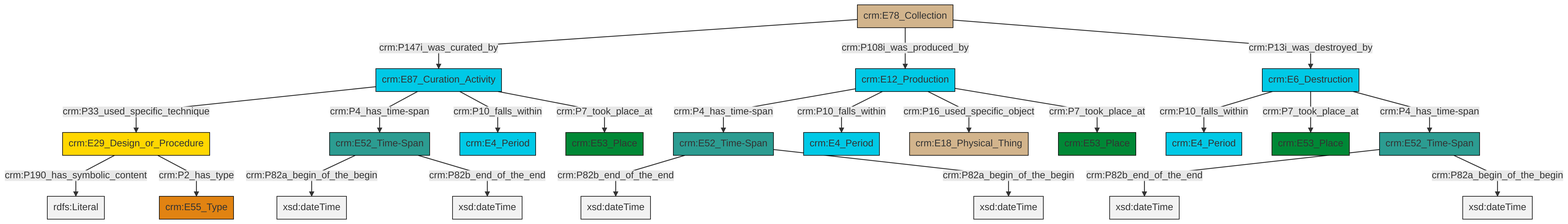
Before: et/archivalCSV/ttl/mmd/png/archival_existence.png, a diagram exported from Mermaid (swiss-art-research-net/docs.swissartresearch). Its source is kept beside it as et/archivalCSV/ttl/mmd/archival_existence.ttl.mmd.
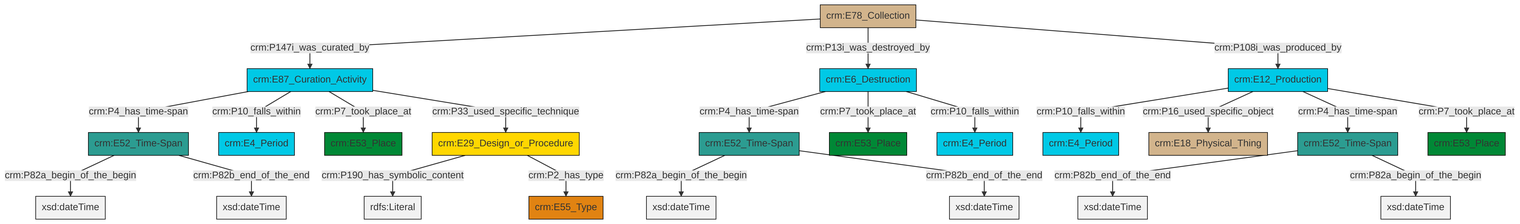
After the change.

The edit, as a diff of the source:
```diff
@@ -13,25 +13,25 @@
 classDef PC_Classes fill:#4ce600, stroke:#000000;
 classDef Multi fill:#cccccc,stroke:#000000;
 
-0["crm:E87_Curation_Activity"]:::Temporal_Entity -->|crm:P33_used_specific_technique| 1["crm:E29_Design_or_Procedure"]:::Conceptual_Object
-2["crm:E52_Time-Span"]:::Time-Span -->|crm:P82b_end_of_the_end| 3[xsd:dateTime]:::Literal
-4["crm:E52_Time-Span"]:::Time-Span -->|crm:P82a_begin_of_the_begin| 8[xsd:dateTime]:::Literal
-2["crm:E52_Time-Span"]:::Time-Span -->|crm:P82a_begin_of_the_begin| 9[xsd:dateTime]:::Literal
-4["crm:E52_Time-Span"]:::Time-Span -->|crm:P82b_end_of_the_end| 12[xsd:dateTime]:::Literal
-13["crm:E12_Production"]:::Temporal_Entity -->|crm:P4_has_time-span| 2["crm:E52_Time-Span"]:::Time-Span
-0["crm:E87_Curation_Activity"]:::Temporal_Entity -->|crm:P4_has_time-span| 4["crm:E52_Time-Span"]:::Time-Span
-16["crm:E6_Destruction"]:::Temporal_Entity -->|crm:P10_falls_within| 17["crm:E4_Period"]:::Temporal_Entity
-18["crm:E52_Time-Span"]:::Time-Span -->|crm:P82b_end_of_the_end| 19[xsd:dateTime]:::Literal
-0["crm:E87_Curation_Activity"]:::Temporal_Entity -->|crm:P10_falls_within| 10["crm:E4_Period"]:::Temporal_Entity
-27["crm:E78_Collection"]:::Physical_Thing -->|crm:P147i_was_curated_by| 0["crm:E87_Curation_Activity"]:::Temporal_Entity
-16["crm:E6_Destruction"]:::Temporal_Entity -->|crm:P7_took_place_at| 22["crm:E53_Place"]:::Place
-13["crm:E12_Production"]:::Temporal_Entity -->|crm:P10_falls_within| 28["crm:E4_Period"]:::Temporal_Entity
-1["crm:E29_Design_or_Procedure"]:::Conceptual_Object -->|crm:P190_has_symbolic_content| 34[rdfs:Literal]:::Literal
-0["crm:E87_Curation_Activity"]:::Temporal_Entity -->|crm:P7_took_place_at| 6["crm:E53_Place"]:::Place
-13["crm:E12_Production"]:::Temporal_Entity -->|crm:P16_used_specific_object| 29["crm:E18_Physical_Thing"]:::Physical_Thing
-18["crm:E52_Time-Span"]:::Time-Span -->|crm:P82a_begin_of_the_begin| 36[xsd:dateTime]:::Literal
-27["crm:E78_Collection"]:::Physical_Thing -->|crm:P108i_was_produced_by| 13["crm:E12_Production"]:::Temporal_Entity
-1["crm:E29_Design_or_Procedure"]:::Conceptual_Object -->|crm:P2_has_type| 24["crm:E55_Type"]:::Type
-16["crm:E6_Destruction"]:::Temporal_Entity -->|crm:P4_has_time-span| 18["crm:E52_Time-Span"]:::Time-Span
-27["crm:E78_Collection"]:::Physical_Thing -->|crm:P13i_was_destroyed_by| 16["crm:E6_Destruction"]:::Temporal_Entity
-13["crm:E12_Production"]:::Temporal_Entity -->|crm:P7_took_place_at| 14["crm:E53_Place"]:::Place
+0["crm:E6_Destruction"]:::Temporal_Entity -->|crm:P4_has_time-span| 1["crm:E52_Time-Span"]:::Time-Span
+2["crm:E52_Time-Span"]:::Time-Span -->|crm:P82a_begin_of_the_begin| 3[xsd:dateTime]:::Literal
+4["crm:E29_Design_or_Procedure"]:::Conceptual_Object -->|crm:P190_has_symbolic_content| 5[rdfs:Literal]:::Literal
+1["crm:E52_Time-Span"]:::Time-Span -->|crm:P82a_begin_of_the_begin| 6[xsd:dateTime]:::Literal
+7["crm:E78_Collection"]:::Physical_Thing -->|crm:P147i_was_curated_by| 8["crm:E87_Curation_Activity"]:::Temporal_Entity
+0["crm:E6_Destruction"]:::Temporal_Entity -->|crm:P7_took_place_at| 11["crm:E53_Place"]:::Place
+1["crm:E52_Time-Span"]:::Time-Span -->|crm:P82b_end_of_the_end| 16[xsd:dateTime]:::Literal
+17["crm:E52_Time-Span"]:::Time-Span -->|crm:P82b_end_of_the_end| 18[xsd:dateTime]:::Literal
+8["crm:E87_Curation_Activity"]:::Temporal_Entity -->|crm:P4_has_time-span| 2["crm:E52_Time-Span"]:::Time-Span
+0["crm:E6_Destruction"]:::Temporal_Entity -->|crm:P10_falls_within| 9["crm:E4_Period"]:::Temporal_Entity
+8["crm:E87_Curation_Activity"]:::Temporal_Entity -->|crm:P10_falls_within| 19["crm:E4_Period"]:::Temporal_Entity
+14["crm:E12_Production"]:::Temporal_Entity -->|crm:P10_falls_within| 23["crm:E4_Period"]:::Temporal_Entity
+14["crm:E12_Production"]:::Temporal_Entity -->|crm:P16_used_specific_object| 24["crm:E18_Physical_Thing"]:::Physical_Thing
+2["crm:E52_Time-Span"]:::Time-Span -->|crm:P82b_end_of_the_end| 31[xsd:dateTime]:::Literal
+7["crm:E78_Collection"]:::Physical_Thing -->|crm:P13i_was_destroyed_by| 0["crm:E6_Destruction"]:::Temporal_Entity
+14["crm:E12_Production"]:::Temporal_Entity -->|crm:P4_has_time-span| 17["crm:E52_Time-Span"]:::Time-Span
+8["crm:E87_Curation_Activity"]:::Temporal_Entity -->|crm:P7_took_place_at| 12["crm:E53_Place"]:::Place
+4["crm:E29_Design_or_Procedure"]:::Conceptual_Object -->|crm:P2_has_type| 34["crm:E55_Type"]:::Type
+8["crm:E87_Curation_Activity"]:::Temporal_Entity -->|crm:P33_used_specific_technique| 4["crm:E29_Design_or_Procedure"]:::Conceptual_Object
+14["crm:E12_Production"]:::Temporal_Entity -->|crm:P7_took_place_at| 32["crm:E53_Place"]:::Place
+7["crm:E78_Collection"]:::Physical_Thing -->|crm:P108i_was_produced_by| 14["crm:E12_Production"]:::Temporal_Entity
+17["crm:E52_Time-Span"]:::Time-Span -->|crm:P82a_begin_of_the_begin| 38[xsd:dateTime]:::Literal
```
